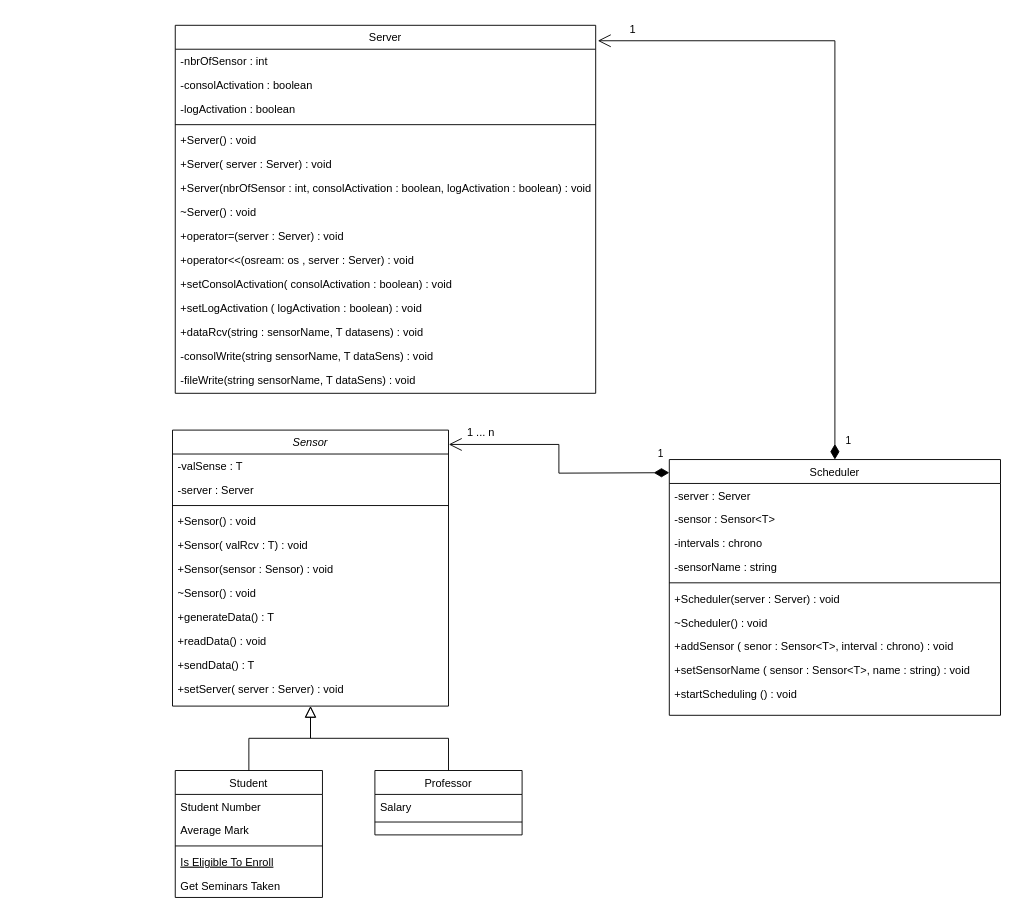
Lucashblt/Projet_APAA keeps this draw.io diagram as Diagramme sans nom.drawio. Above is the earlier version. Source tidied: cells renumbered, new cells numbered last; positions are measured from the earlier drawing's top-left corner, leaving out a move shared by most shapes. Both pictures are drawn from the tidied source at 92%, with x=0, y=0 at pixel (172, 16).
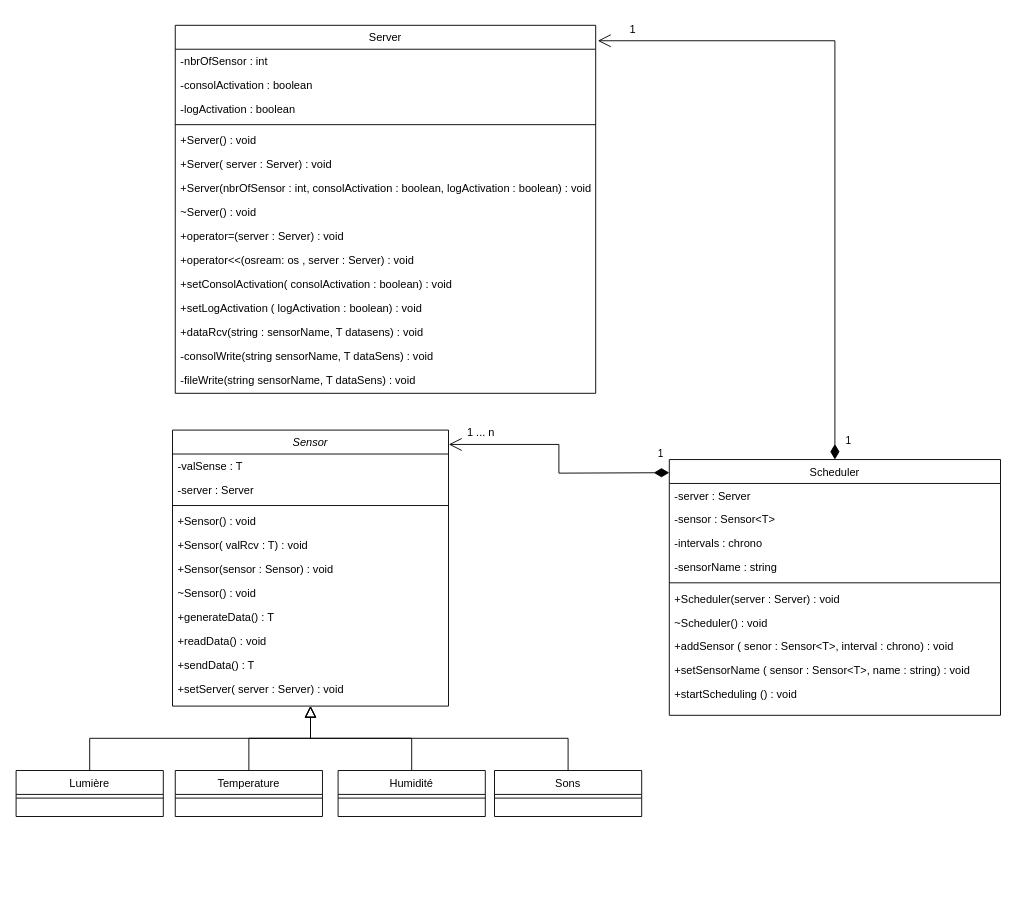
The same page after the edit.

Commit message:
Mettre à jour Diagramme sans nom.drawio

Change to the diagram source:
```diff
@@
-    <mxCell id="14" value="Student" style="swimlane;fontStyle=0;align=center;verticalAlign=top;horizontal=1;startSize=26;rounded=0;shadow=0;strokeWidth=1;" parent="1" vertex="1">
-      <mxGeometry x="3" y="820" width="160" height="138" as="geometry" />
+    <mxCell id="14" value="Temperature" style="swimlane;fontStyle=0;align=center;verticalAlign=top;horizontal=1;startSize=26;rounded=0;shadow=0;strokeWidth=1;" parent="1" vertex="1">
+      <mxGeometry x="3" y="820" width="160" height="50" as="geometry" />
     </mxCell>
-    <mxCell id="15" value="Student Number" style="text;align=left;verticalAlign=top;spacingLeft=4;spacingRight=4;overflow=hidden;" parent="14" vertex="1">
-      <mxGeometry y="26" width="160" height="26" as="geometry" />
-    </mxCell>
-    <mxCell id="16" value="Average Mark" style="text;align=left;verticalAlign=top;spacingLeft=4;spacingRight=4;overflow=hidden;rounded=0;shadow=0;html=0;" parent="14" vertex="1">
-      <mxGeometry y="52" width="160" height="26" as="geometry" />
-    </mxCell>
     <mxCell id="17" style="line;html=1;strokeWidth=1;align=left;verticalAlign=middle;spacingTop=-1;spacingLeft=3;spacingRight=3;labelPosition=right;" parent="14" vertex="1">
-      <mxGeometry y="78" width="160" height="8" as="geometry" />
+      <mxGeometry y="26" width="160" height="8" as="geometry" />
     </mxCell>
-    <mxCell id="18" value="Is Eligible To Enroll" style="text;align=left;verticalAlign=top;spacingLeft=4;spacingRight=4;overflow=hidden;fontStyle=4;" parent="14" vertex="1">
-      <mxGeometry y="86" width="160" height="26" as="geometry" />
-    </mxCell>
-    <mxCell id="19" value="Get Seminars Taken" style="text;align=left;verticalAlign=top;spacingLeft=4;spacingRight=4;overflow=hidden;" parent="14" vertex="1">
-      <mxGeometry y="112" width="160" height="26" as="geometry" />
-    </mxCell>
@@
-    <mxCell id="21" value="Professor" style="swimlane;fontStyle=0;align=center;verticalAlign=top;horizontal=1;startSize=26;rounded=0;shadow=0;strokeWidth=1;" parent="1" vertex="1">
-      <mxGeometry x="220" y="820" width="160" height="70" as="geometry" />
+    <mxCell id="21" value="Humidité" style="swimlane;fontStyle=0;align=center;verticalAlign=top;horizontal=1;startSize=26;rounded=0;shadow=0;strokeWidth=1;" parent="1" vertex="1">
+      <mxGeometry x="180" y="820" width="160" height="50" as="geometry" />
     </mxCell>
-    <mxCell id="22" value="Salary" style="text;align=left;verticalAlign=top;spacingLeft=4;spacingRight=4;overflow=hidden;" parent="21" vertex="1">
-      <mxGeometry y="26" width="160" height="26" as="geometry" />
-    </mxCell>
     <mxCell id="23" style="line;html=1;strokeWidth=1;align=left;verticalAlign=middle;spacingTop=-1;spacingLeft=3;spacingRight=3;labelPosition=right;" parent="21" vertex="1">
-      <mxGeometry y="52" width="160" height="8" as="geometry" />
+      <mxGeometry y="26" width="160" height="8" as="geometry" />
     </mxCell>
@@
+    <mxCell id="57" value="Lumière" style="swimlane;fontStyle=0;align=center;verticalAlign=top;horizontal=1;startSize=26;rounded=0;shadow=0;strokeWidth=1;" parent="1" vertex="1">
+      <mxGeometry x="-170" y="820" width="160" height="50" as="geometry" />
+    </mxCell>
+    <mxCell id="58" style="line;html=1;strokeWidth=1;align=left;verticalAlign=middle;spacingTop=-1;spacingLeft=3;spacingRight=3;labelPosition=right;" parent="57" vertex="1">
+      <mxGeometry y="26" width="160" height="8" as="geometry" />
+    </mxCell>
+    <mxCell id="59" value="Sons" style="swimlane;fontStyle=0;align=center;verticalAlign=top;horizontal=1;startSize=26;rounded=0;shadow=0;strokeWidth=1;" parent="1" vertex="1">
+      <mxGeometry x="350" y="820" width="160" height="50" as="geometry" />
+    </mxCell>
+    <mxCell id="60" style="line;html=1;strokeWidth=1;align=left;verticalAlign=middle;spacingTop=-1;spacingLeft=3;spacingRight=3;labelPosition=right;" parent="59" vertex="1">
+      <mxGeometry y="26" width="160" height="8" as="geometry" />
+    </mxCell>
+    <mxCell id="61" style="endArrow=block;endSize=10;endFill=0;shadow=0;strokeWidth=1;rounded=0;edgeStyle=elbowEdgeStyle;elbow=vertical;exitX=0.5;exitY=0;exitDx=0;exitDy=0;" parent="1" edge="1" source="57">
+      <mxGeometry relative="1" as="geometry">
+        <mxPoint x="150" y="750" as="targetPoint" />
+      </mxGeometry>
+    </mxCell>
+    <mxCell id="62" style="endArrow=block;endSize=10;endFill=0;shadow=0;strokeWidth=1;rounded=0;edgeStyle=elbowEdgeStyle;elbow=vertical;exitX=0.5;exitY=0;exitDx=0;exitDy=0;" parent="1" edge="1" source="59">
+      <mxGeometry relative="1" as="geometry">
+        <mxPoint x="150" y="750" as="targetPoint" />
+      </mxGeometry>
+    </mxCell>
```
